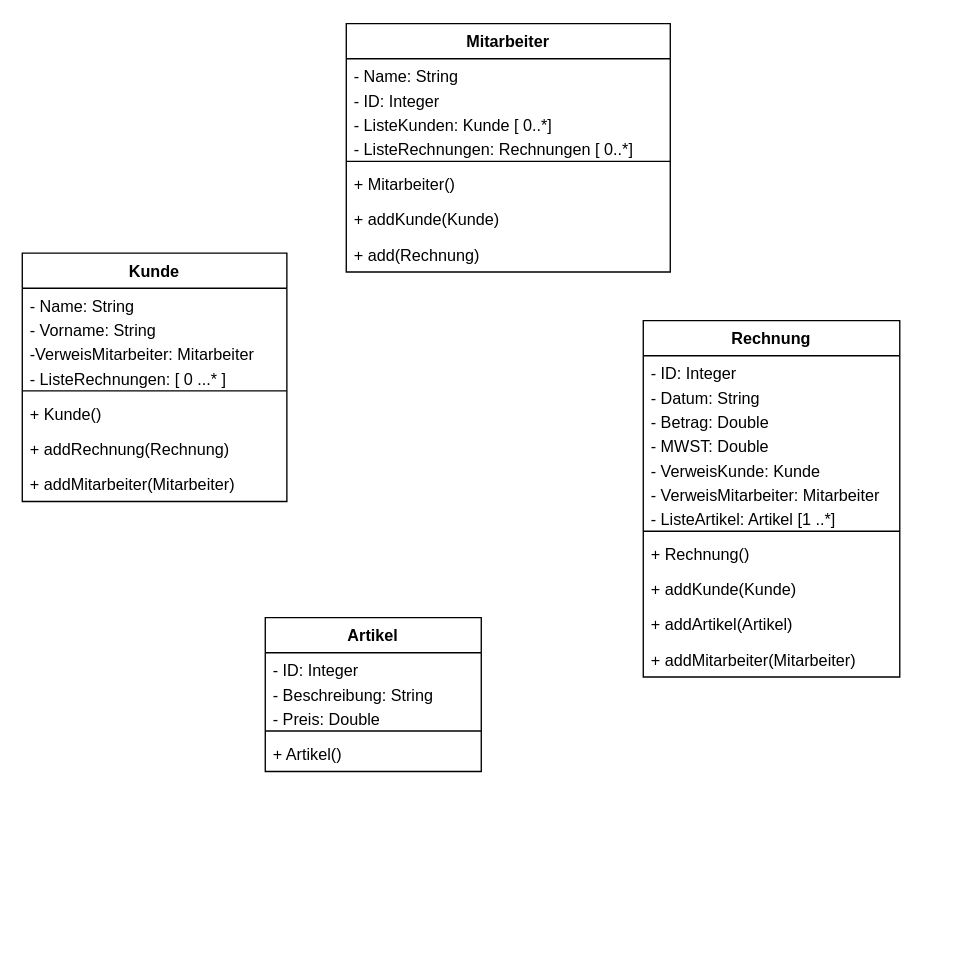
Before: 2.6.5_Klassendiagramm.drawio in 12-IT-Teil1/2.6.5._UML-Klassendiagramm, a draw.io diagram. Source tidied: cells renumbered, new cells numbered last; positions are measured from the earlier drawing's top-left corner, leaving out a move shared by most shapes. Both pictures are drawn from the tidied source at 135%, with x=0, y=0 at pixel (22, 23).
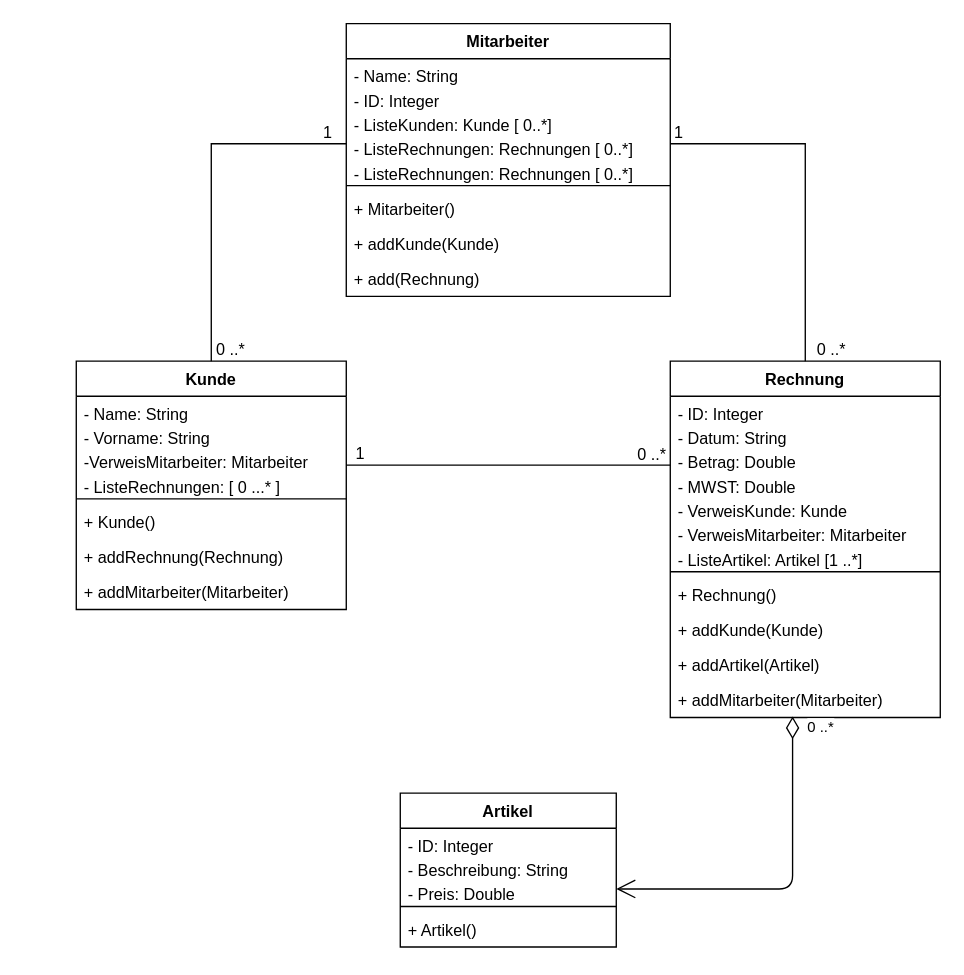
The same diagram, later.

Unchanged cells that the change refers to:
```xml
<mxCell id="6" value="- ListeRechnungen: Rechnungen [ 0..*]" style="text;strokeColor=none;fillColor=none;align=left;verticalAlign=top;spacingLeft=4;spacingRight=4;overflow=hidden;points=[[0,0.5],[1,0.5]];portConstraint=eastwest;" parent="2" vertex="1">
  <mxGeometry y="80" width="240" height="18" as="geometry" />
</mxCell>
```

Change to the diagram source:
```diff
@@
     <mxCell id="2" value="Mitarbeiter" style="swimlane;fontStyle=1;align=center;verticalAlign=top;horizontal=1;startSize=26;" parent="1" vertex="1">
-      <mxGeometry x="240" width="240" height="184" as="geometry" />
+      <mxGeometry x="240" width="240" height="202" as="geometry" />
     </mxCell>
@@
+    <mxCell id="39" value="- ListeRechnungen: Rechnungen [ 0..*]" style="text;strokeColor=none;fillColor=none;align=left;verticalAlign=top;spacingLeft=4;spacingRight=4;overflow=hidden;" parent="2" vertex="1">
+      <mxGeometry y="98" width="240" height="18" as="geometry" />
+    </mxCell>
     <mxCell id="7" style="line;strokeWidth=1;fillColor=none;align=left;verticalAlign=middle;spacingTop=-1;spacingLeft=3;spacingRight=3;labelPosition=right;" parent="2" vertex="1">
-      <mxGeometry y="98" width="240" height="8" as="geometry" />
+      <mxGeometry y="116" width="240" height="8" as="geometry" />
     </mxCell>
     <mxCell id="8" value="+ Mitarbeiter()" style="text;strokeColor=none;fillColor=none;align=left;verticalAlign=top;spacingLeft=4;spacingRight=4;overflow=hidden;" parent="2" vertex="1">
-      <mxGeometry y="106" width="240" height="26" as="geometry" />
+      <mxGeometry y="124" width="240" height="26" as="geometry" />
     </mxCell>
     <mxCell id="9" value="+ addKunde(Kunde)" style="text;strokeColor=none;fillColor=none;align=left;verticalAlign=top;spacingLeft=4;spacingRight=4;overflow=hidden;" parent="2" vertex="1">
-      <mxGeometry y="132" width="240" height="26" as="geometry" />
+      <mxGeometry y="150" width="240" height="26" as="geometry" />
     </mxCell>
     <mxCell id="10" value="+ add(Rechnung)" style="text;strokeColor=none;fillColor=none;align=left;verticalAlign=top;spacingLeft=4;spacingRight=4;overflow=hidden;" parent="2" vertex="1">
-      <mxGeometry y="158" width="240" height="26" as="geometry" />
+      <mxGeometry y="176" width="240" height="26" as="geometry" />
     </mxCell>
     <mxCell id="11" value="Kunde" style="swimlane;fontStyle=1;align=center;verticalAlign=top;horizontal=1;startSize=26;" parent="1" vertex="1">
-      <mxGeometry y="170" width="196" height="184" as="geometry" />
+      <mxGeometry x="40" y="250" width="200" height="184" as="geometry" />
     </mxCell>
     <mxCell id="12" value="- Name: String" style="text;strokeColor=none;fillColor=none;align=left;verticalAlign=top;spacingLeft=4;spacingRight=4;overflow=hidden;" parent="11" vertex="1">
-      <mxGeometry y="26" width="196" height="18" as="geometry" />
+      <mxGeometry y="26" width="200" height="18" as="geometry" />
     </mxCell>
     <mxCell id="13" value="- Vorname: String" style="text;strokeColor=none;fillColor=none;align=left;verticalAlign=top;spacingLeft=4;spacingRight=4;overflow=hidden;" parent="11" vertex="1">
-      <mxGeometry y="44" width="196" height="18" as="geometry" />
+      <mxGeometry y="44" width="200" height="18" as="geometry" />
     </mxCell>
     <mxCell id="14" value="-VerweisMitarbeiter: Mitarbeiter" style="text;strokeColor=none;fillColor=none;align=left;verticalAlign=top;spacingLeft=4;spacingRight=4;overflow=hidden;" parent="11" vertex="1">
-      <mxGeometry y="62" width="196" height="18" as="geometry" />
+      <mxGeometry y="62" width="200" height="18" as="geometry" />
     </mxCell>
     <mxCell id="15" value="- ListeRechnungen: [ 0 ...* ]" style="text;strokeColor=none;fillColor=none;align=left;verticalAlign=top;spacingLeft=4;spacingRight=4;overflow=hidden;" parent="11" vertex="1">
-      <mxGeometry y="80" width="196" height="18" as="geometry" />
+      <mxGeometry y="80" width="200" height="18" as="geometry" />
     </mxCell>
     <mxCell id="16" style="line;strokeWidth=1;fillColor=none;align=left;verticalAlign=middle;spacingTop=-1;spacingLeft=3;spacingRight=3;labelPosition=right;" parent="11" vertex="1">
-      <mxGeometry y="98" width="196" height="8" as="geometry" />
+      <mxGeometry y="98" width="200" height="8" as="geometry" />
     </mxCell>
     <mxCell id="17" value="+ Kunde()" style="text;strokeColor=none;fillColor=none;align=left;verticalAlign=top;spacingLeft=4;spacingRight=4;overflow=hidden;" parent="11" vertex="1">
-      <mxGeometry y="106" width="196" height="26" as="geometry" />
+      <mxGeometry y="106" width="200" height="26" as="geometry" />
     </mxCell>
     <mxCell id="18" value="+ addRechnung(Rechnung)" style="text;strokeColor=none;fillColor=none;align=left;verticalAlign=top;spacingLeft=4;spacingRight=4;overflow=hidden;" parent="11" vertex="1">
-      <mxGeometry y="132" width="196" height="26" as="geometry" />
+      <mxGeometry y="132" width="200" height="26" as="geometry" />
     </mxCell>
     <mxCell id="19" value="+ addMitarbeiter(Mitarbeiter)" style="text;strokeColor=none;fillColor=none;align=left;verticalAlign=top;spacingLeft=4;spacingRight=4;overflow=hidden;" parent="11" vertex="1">
-      <mxGeometry y="158" width="196" height="26" as="geometry" />
+      <mxGeometry y="158" width="200" height="26" as="geometry" />
     </mxCell>
     <mxCell id="20" value="Artikel" style="swimlane;fontStyle=1;align=center;verticalAlign=top;horizontal=1;startSize=26;" parent="1" vertex="1">
-      <mxGeometry x="180" y="440" width="160" height="114" as="geometry" />
+      <mxGeometry x="280" y="570" width="160" height="114" as="geometry" />
     </mxCell>
@@
     <mxCell id="26" value="Rechnung" style="swimlane;fontStyle=1;align=center;verticalAlign=top;horizontal=1;startSize=26;" parent="1" vertex="1">
-      <mxGeometry x="460" y="220" width="190" height="264" as="geometry" />
+      <mxGeometry x="480" y="250" width="200" height="264" as="geometry" />
     </mxCell>
     <mxCell id="27" value="- ID: Integer" style="text;strokeColor=none;fillColor=none;align=left;verticalAlign=top;spacingLeft=4;spacingRight=4;overflow=hidden;" parent="26" vertex="1">
-      <mxGeometry y="26" width="190" height="18" as="geometry" />
+      <mxGeometry y="26" width="200" height="18" as="geometry" />
     </mxCell>
     <mxCell id="28" value="- Datum: String" style="text;strokeColor=none;fillColor=none;align=left;verticalAlign=top;spacingLeft=4;spacingRight=4;overflow=hidden;" parent="26" vertex="1">
-      <mxGeometry y="44" width="190" height="18" as="geometry" />
+      <mxGeometry y="44" width="200" height="18" as="geometry" />
     </mxCell>
     <mxCell id="29" value="- Betrag: Double" style="text;strokeColor=none;fillColor=none;align=left;verticalAlign=top;spacingLeft=4;spacingRight=4;overflow=hidden;" parent="26" vertex="1">
-      <mxGeometry y="62" width="190" height="18" as="geometry" />
+      <mxGeometry y="62" width="200" height="18" as="geometry" />
     </mxCell>
     <mxCell id="30" value="- MWST: Double" style="text;strokeColor=none;fillColor=none;align=left;verticalAlign=top;spacingLeft=4;spacingRight=4;overflow=hidden;" parent="26" vertex="1">
-      <mxGeometry y="80" width="190" height="18" as="geometry" />
+      <mxGeometry y="80" width="200" height="18" as="geometry" />
     </mxCell>
     <mxCell id="31" value="- VerweisKunde: Kunde" style="text;strokeColor=none;fillColor=none;align=left;verticalAlign=top;spacingLeft=4;spacingRight=4;overflow=hidden;" parent="26" vertex="1">
-      <mxGeometry y="98" width="190" height="18" as="geometry" />
+      <mxGeometry y="98" width="200" height="18" as="geometry" />
     </mxCell>
     <mxCell id="32" value="- VerweisMitarbeiter: Mitarbeiter" style="text;strokeColor=none;fillColor=none;align=left;verticalAlign=top;spacingLeft=4;spacingRight=4;overflow=hidden;" parent="26" vertex="1">
-      <mxGeometry y="116" width="190" height="18" as="geometry" />
+      <mxGeometry y="116" width="200" height="18" as="geometry" />
     </mxCell>
     <mxCell id="33" value="- ListeArtikel: Artikel [1 ..*]" style="text;strokeColor=none;fillColor=none;align=left;verticalAlign=top;spacingLeft=4;spacingRight=4;overflow=hidden;" parent="26" vertex="1">
-      <mxGeometry y="134" width="190" height="18" as="geometry" />
+      <mxGeometry y="134" width="200" height="18" as="geometry" />
     </mxCell>
     <mxCell id="34" style="line;strokeWidth=1;fillColor=none;align=left;verticalAlign=middle;spacingTop=-1;spacingLeft=3;spacingRight=3;labelPosition=right;" parent="26" vertex="1">
-      <mxGeometry y="152" width="190" height="8" as="geometry" />
+      <mxGeometry y="152" width="200" height="8" as="geometry" />
     </mxCell>
     <mxCell id="35" value="+ Rechnung()" style="text;strokeColor=none;fillColor=none;align=left;verticalAlign=top;spacingLeft=4;spacingRight=4;overflow=hidden;" parent="26" vertex="1">
-      <mxGeometry y="160" width="190" height="26" as="geometry" />
+      <mxGeometry y="160" width="200" height="26" as="geometry" />
     </mxCell>
     <mxCell id="36" value="+ addKunde(Kunde)" style="text;strokeColor=none;fillColor=none;align=left;verticalAlign=top;spacingLeft=4;spacingRight=4;overflow=hidden;" parent="26" vertex="1">
-      <mxGeometry y="186" width="190" height="26" as="geometry" />
+      <mxGeometry y="186" width="200" height="26" as="geometry" />
     </mxCell>
     <mxCell id="37" value="+ addArtikel(Artikel)" style="text;strokeColor=none;fillColor=none;align=left;verticalAlign=top;spacingLeft=4;spacingRight=4;overflow=hidden;" parent="26" vertex="1">
-      <mxGeometry y="212" width="190" height="26" as="geometry" />
+      <mxGeometry y="212" width="200" height="26" as="geometry" />
     </mxCell>
     <mxCell id="38" value="+ addMitarbeiter(Mitarbeiter)" style="text;strokeColor=none;fillColor=none;align=left;verticalAlign=top;spacingLeft=4;spacingRight=4;overflow=hidden;" parent="26" vertex="1">
-      <mxGeometry y="238" width="190" height="26" as="geometry" />
+      <mxGeometry y="238" width="200" height="26" as="geometry" />
     </mxCell>
+    <mxCell id="40" style="endArrow=none;html=1;rounded=0;entryX=0;entryY=0.5;entryDx=0;entryDy=0;exitX=0.5;exitY=0;exitDx=0;exitDy=0;" parent="1" edge="1" source="11" target="6">
+      <mxGeometry relative="1" as="geometry">
+        <Array as="points">
+          <mxPoint x="140" y="89" />
+        </Array>
+      </mxGeometry>
+    </mxCell>
+    <mxCell id="41" value="0 ..*" style="html=1;align=left;verticalAlign=bottom;" parent="40" vertex="1">
+      <mxGeometry x="-1" relative="1" as="geometry">
+        <mxPoint x="2" as="offset" />
+      </mxGeometry>
+    </mxCell>
+    <mxCell id="42" value="1" style="html=1;align=right;verticalAlign=bottom;" parent="40" vertex="1">
+      <mxGeometry x="1" relative="1" as="geometry">
+        <mxPoint x="-10" as="offset" />
+      </mxGeometry>
+    </mxCell>
+    <mxCell id="43" style="endArrow=none;html=1;rounded=0;" parent="1" edge="1">
+      <mxGeometry relative="1" as="geometry">
+        <mxPoint x="480" y="327" as="sourcePoint" />
+        <mxPoint x="240" y="327" as="targetPoint" />
+      </mxGeometry>
+    </mxCell>
+    <mxCell id="44" value="0 ..*" style="html=1;align=left;verticalAlign=bottom;" parent="43" vertex="1">
+      <mxGeometry x="-1" relative="1" as="geometry">
+        <mxPoint x="-26" y="1" as="offset" />
+      </mxGeometry>
+    </mxCell>
+    <mxCell id="45" value="1" style="html=1;align=right;verticalAlign=bottom;" parent="43" vertex="1">
+      <mxGeometry x="1" relative="1" as="geometry">
+        <mxPoint x="14" as="offset" />
+      </mxGeometry>
+    </mxCell>
+    <mxCell id="46" style="endArrow=none;html=1;rounded=0;entryX=1;entryY=0.5;entryDx=0;entryDy=0;exitX=0.5;exitY=0;exitDx=0;exitDy=0;" parent="1" edge="1" source="26" target="6">
+      <mxGeometry relative="1" as="geometry">
+        <Array as="points">
+          <mxPoint x="580" y="89" />
+        </Array>
+      </mxGeometry>
+    </mxCell>
+    <mxCell id="47" value="0 ..*" style="html=1;align=left;verticalAlign=bottom;" parent="46" vertex="1">
+      <mxGeometry x="-1" relative="1" as="geometry">
+        <mxPoint x="7" as="offset" />
+      </mxGeometry>
+    </mxCell>
+    <mxCell id="48" value="1" style="html=1;align=right;verticalAlign=bottom;" parent="46" vertex="1">
+      <mxGeometry x="1" relative="1" as="geometry">
+        <mxPoint x="10" as="offset" />
+      </mxGeometry>
+    </mxCell>
+    <mxCell id="49" value="0 ..*" style="endArrow=open;html=1;endSize=12;startArrow=diamondThin;startSize=14;startFill=0;edgeStyle=orthogonalEdgeStyle;align=left;verticalAlign=bottom;exitX=0.453;exitY=0.968;exitDx=0;exitDy=0;exitPerimeter=0;entryX=1;entryY=0.5;entryDx=0;entryDy=0;" parent="1" edge="1">
+      <mxGeometry x="-0.87" y="9" relative="1" as="geometry">
+        <mxPoint x="570.6" y="513.2" as="sourcePoint" />
+        <mxPoint x="440" y="641" as="targetPoint" />
+        <Array as="points">
+          <mxPoint x="571" y="641" />
+        </Array>
+      </mxGeometry>
+    </mxCell>
```
